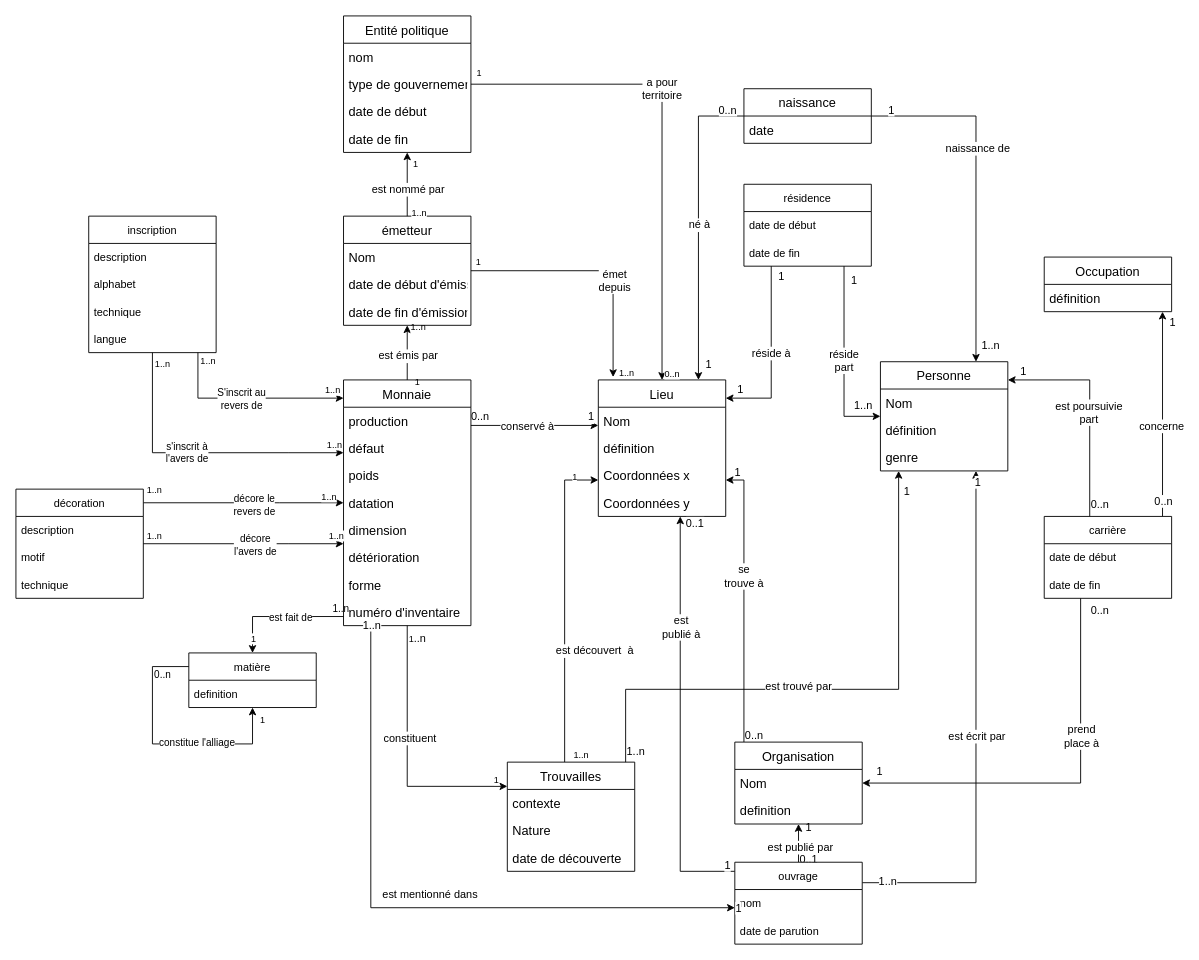
Above: Diagramme_conceptuel_monnaie.drawio in Ardwark/UNINE_Humanite_Numerique (draw.io), before the change. Source tidied: cells renumbered, new cells numbered last; positions are measured from the earlier drawing's top-left corner, leaving out a move shared by most shapes. Both pictures are drawn from the tidied source at 91%, with x=0, y=0 at pixel (15, 15).
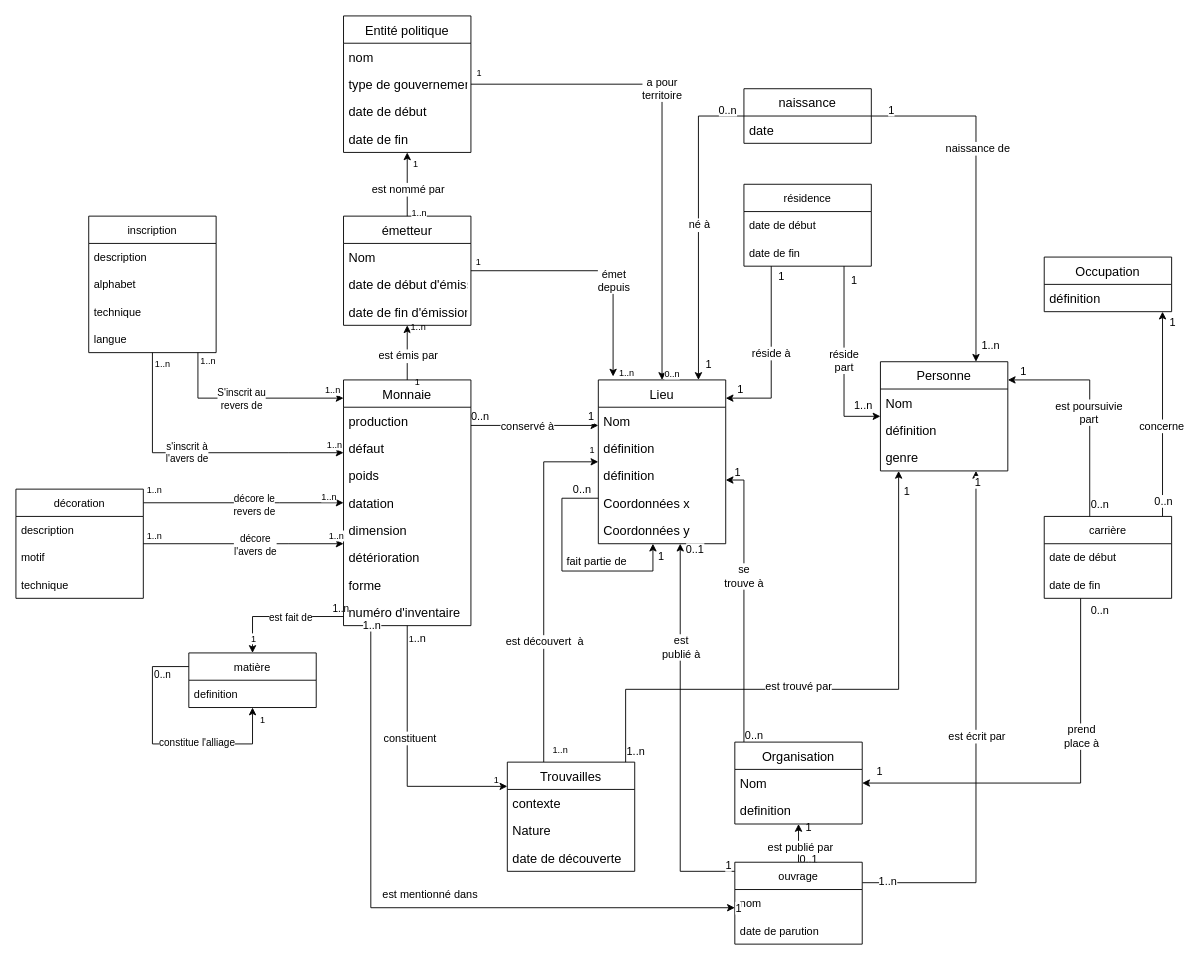
After the change.

Commit message:
Mettre à jour Diagramme_conceptuel_monnaie.drawio

Unchanged cells that the change refers to:
```xml
<mxCell id="6" value="Trouvailles" style="swimlane;fontStyle=0;horizontal=1;startSize=30;fontSize=14;" parent="1" vertex="1">
  <mxGeometry x="540" y="820" width="140" height="120" as="geometry" />
</mxCell>
```

What changed in the source:
```diff
@@
     <mxCell id="2" style="edgeStyle=orthogonalEdgeStyle;rounded=0;jettySize=auto;html=1;fontSize=10;" parent="1" edge="1" source="6" target="10">
       <mxGeometry relative="1" as="geometry">
         <Array as="points">
-          <mxPoint x="603" y="510" />
+          <mxPoint x="580" y="490" />
         </Array>
       </mxGeometry>
     </mxCell>
     <mxCell id="3" value="1" style="edgeLabel;html=1;align=center;verticalAlign=bottom;fontSize=10;" parent="2" vertex="1">
       <mxGeometry x="0.72" y="-2" relative="1" as="geometry">
-        <mxPoint x="8" y="-7" as="offset" />
+        <mxPoint x="47" y="-7" as="offset" />
       </mxGeometry>
     </mxCell>
@@
     <mxCell id="5" value="&lt;font style=&quot;font-size: 12px;&quot;&gt;est découvert&amp;nbsp; à&lt;br&gt;&lt;/font&gt;" style="edgeLabel;html=1;align=center;verticalAlign=middle;fontSize=10;" parent="2" vertex="1">
       <mxGeometry x="-0.29" relative="1" as="geometry">
-        <mxPoint x="32" as="offset" />
+        <mxPoint y="5" as="offset" />
       </mxGeometry>
     </mxCell>
@@
     <mxCell id="10" value="Lieu" style="swimlane;fontStyle=0;horizontal=1;startSize=30;fontSize=14;" parent="1" vertex="1">
-      <mxGeometry x="640" y="400" width="140" height="150" as="geometry" />
+      <mxGeometry x="640" y="400" width="140" height="180" as="geometry" />
     </mxCell>
@@
+    <mxCell id="164" value="définition" style="text;strokeColor=none;fillColor=none;align=left;verticalAlign=middle;spacingLeft=4;spacingRight=4;overflow=hidden;fontSize=14;" parent="10" vertex="1">
+      <mxGeometry y="60" width="140" height="30" as="geometry" />
+    </mxCell>
     <mxCell id="12" value="définition" style="text;strokeColor=none;fillColor=none;align=left;verticalAlign=middle;spacingLeft=4;spacingRight=4;overflow=hidden;fontSize=14;" parent="10" vertex="1">
-      <mxGeometry y="60" width="140" height="30" as="geometry" />
+      <mxGeometry y="90" width="140" height="30" as="geometry" />
     </mxCell>
     <mxCell id="13" value="Coordonnées x" style="text;strokeColor=none;fillColor=none;align=left;verticalAlign=middle;spacingLeft=4;spacingRight=4;overflow=hidden;fontSize=14;" parent="10" vertex="1">
-      <mxGeometry y="90" width="140" height="30" as="geometry" />
+      <mxGeometry y="120" width="140" height="30" as="geometry" />
     </mxCell>
     <mxCell id="14" value="Coordonnées y" style="text;strokeColor=none;fillColor=none;align=left;verticalAlign=middle;spacingLeft=4;spacingRight=4;overflow=hidden;fontSize=14;" parent="10" vertex="1">
-      <mxGeometry y="120" width="140" height="30" as="geometry" />
+      <mxGeometry y="150" width="140" height="30" as="geometry" />
     </mxCell>
@@
+    <mxCell id="165" style="edgeStyle=orthogonalEdgeStyle;rounded=0;orthogonalLoop=1;jettySize=auto;html=1;fontSize=10;" parent="1" edge="1" source="10" target="10">
+      <mxGeometry relative="1" as="geometry">
+        <Array as="points">
+          <mxPoint x="600" y="530" />
+          <mxPoint x="600" y="610" />
+          <mxPoint x="700" y="610" />
+        </Array>
+      </mxGeometry>
+    </mxCell>
+    <mxCell id="166" value="fait partie de" style="edgeLabel;html=1;align=center;verticalAlign=middle;fontSize=12;" parent="165" vertex="1">
+      <mxGeometry x="-0.11" y="2" relative="1" as="geometry">
+        <mxPoint x="35" y="-2" as="offset" />
+      </mxGeometry>
+    </mxCell>
+    <mxCell id="167" value="&lt;div&gt;0..n&lt;/div&gt;" style="edgeLabel;html=1;align=center;verticalAlign=middle;fontSize=12;" parent="165" vertex="1">
+      <mxGeometry x="-0.96" relative="1" as="geometry">
+        <mxPoint x="-14" y="-10" as="offset" />
+      </mxGeometry>
+    </mxCell>
+    <mxCell id="168" value="1" style="edgeLabel;html=1;align=center;verticalAlign=bottom;fontSize=12;" parent="165" vertex="1">
+      <mxGeometry x="0.95" y="1" relative="1" as="geometry">
+        <mxPoint x="9" y="16" as="offset" />
+      </mxGeometry>
+    </mxCell>
```
